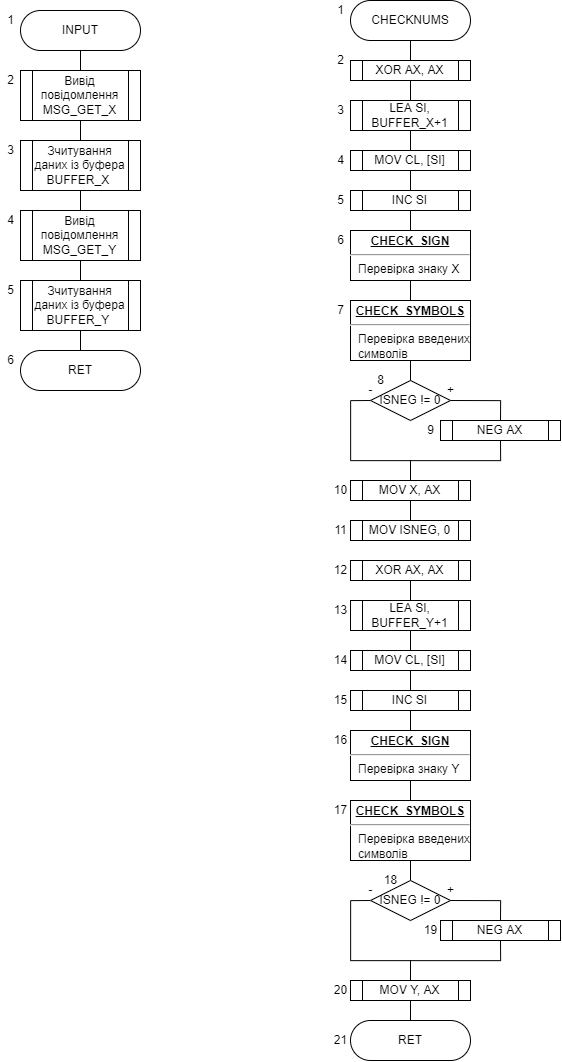
The draw.io diagram block_schemes/Lab3_Inpup_check_error.png in MilaHalko/Assembler-Labs, before a commit. Source tidied: cells renumbered, new cells last; positions are measured from the earlier drawing's top-left corner, leaving out a move shared by most shapes.
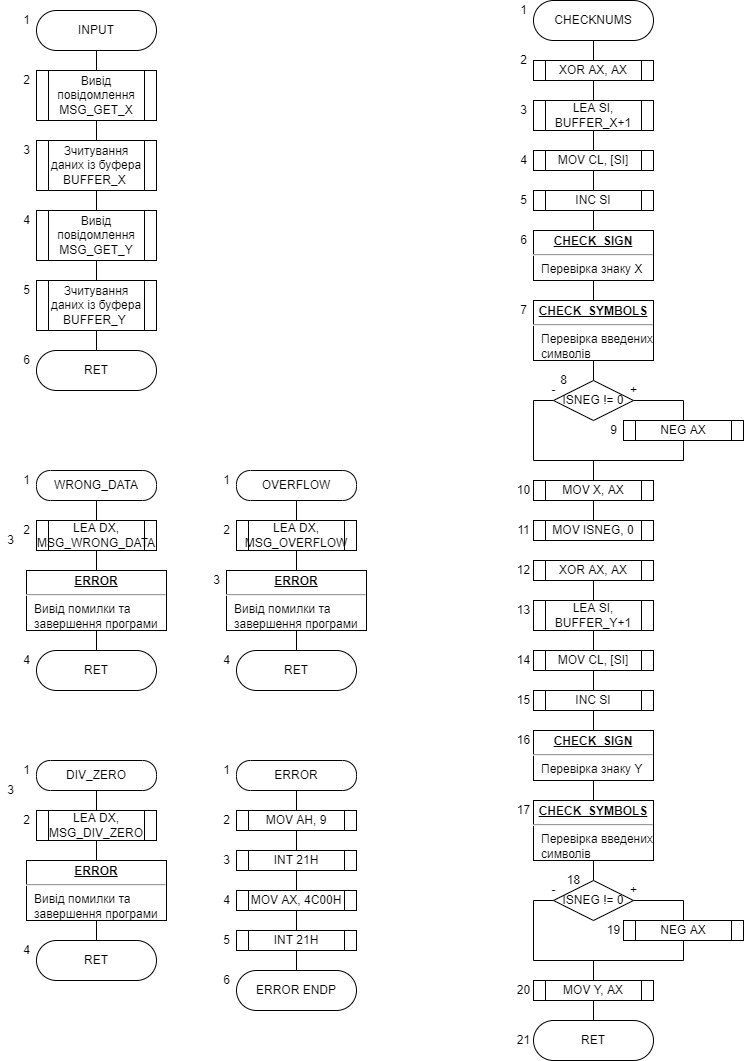
The same diagram one commit later.

Diff of the diagram source:
```diff
@@ -6,16 +6,16 @@
       <mxGeometry relative="1" as="geometry" />
     </mxCell>
     <mxCell id="3" value="INPUT" style="rounded=1;whiteSpace=wrap;html=1;arcSize=50;" parent="1" vertex="1">
-      <mxGeometry x="20" y="10" width="120" height="40" as="geometry" />
+      <mxGeometry x="-147" y="10" width="120" height="40" as="geometry" />
     </mxCell>
     <mxCell id="4" style="edgeStyle=orthogonalEdgeStyle;rounded=0;jettySize=auto;html=1;exitX=0.5;exitY=1;exitDx=0;exitDy=0;entryX=0.5;entryY=0;entryDx=0;entryDy=0;endArrow=none;endFill=0;" parent="1" edge="1" source="5" target="6">
       <mxGeometry relative="1" as="geometry" />
     </mxCell>
     <mxCell id="5" value="Вивід повідомлення MSG_GET_X" style="shape=process;whiteSpace=wrap;html=1;backgroundOutline=1;" parent="1" vertex="1">
-      <mxGeometry x="20" y="70" width="120" height="50" as="geometry" />
+      <mxGeometry x="-147" y="70" width="120" height="50" as="geometry" />
     </mxCell>
     <mxCell id="6" value="Зчитування даних із буфера BUFFER_X&amp;nbsp;" style="shape=process;whiteSpace=wrap;html=1;backgroundOutline=1;" parent="1" vertex="1">
-      <mxGeometry x="20" y="140" width="120" height="50" as="geometry" />
+      <mxGeometry x="-147" y="140" width="120" height="50" as="geometry" />
     </mxCell>
     <mxCell id="7" style="edgeStyle=orthogonalEdgeStyle;rounded=0;jettySize=auto;html=1;exitX=0.5;exitY=0;exitDx=0;exitDy=0;entryX=0.5;entryY=1;entryDx=0;entryDy=0;endArrow=none;endFill=0;" parent="1" edge="1" source="9" target="6">
       <mxGeometry relative="1" as="geometry" />
@@ -24,34 +24,34 @@
       <mxGeometry relative="1" as="geometry" />
     </mxCell>
     <mxCell id="9" value="Вивід повідомлення MSG_GET_Y" style="shape=process;whiteSpace=wrap;html=1;backgroundOutline=1;" parent="1" vertex="1">
-      <mxGeometry x="20" y="210" width="120" height="50" as="geometry" />
+      <mxGeometry x="-147" y="210" width="120" height="50" as="geometry" />
     </mxCell>
     <mxCell id="10" style="edgeStyle=orthogonalEdgeStyle;rounded=0;jettySize=auto;html=1;exitX=0.5;exitY=1;exitDx=0;exitDy=0;entryX=0.5;entryY=0;entryDx=0;entryDy=0;endArrow=none;endFill=0;" parent="1" edge="1" source="11" target="12">
       <mxGeometry relative="1" as="geometry" />
     </mxCell>
     <mxCell id="11" value="Зчитування даних із буфера BUFFER_Y&amp;nbsp;" style="shape=process;whiteSpace=wrap;html=1;backgroundOutline=1;" parent="1" vertex="1">
-      <mxGeometry x="20" y="280" width="120" height="50" as="geometry" />
+      <mxGeometry x="-147" y="280" width="120" height="50" as="geometry" />
     </mxCell>
     <mxCell id="12" value="RET" style="rounded=1;whiteSpace=wrap;html=1;arcSize=50;" parent="1" vertex="1">
-      <mxGeometry x="20" y="350" width="120" height="40" as="geometry" />
+      <mxGeometry x="-147" y="350" width="120" height="40" as="geometry" />
     </mxCell>
     <mxCell id="13" value="1" style="text;html=1;align=center;verticalAlign=middle;strokeColor=none;fillColor=none;" parent="1" vertex="1">
-      <mxGeometry y="10" width="20" height="20" as="geometry" />
+      <mxGeometry x="-167" y="10" width="20" height="20" as="geometry" />
     </mxCell>
     <mxCell id="14" value="2" style="text;html=1;align=center;verticalAlign=middle;strokeColor=none;fillColor=none;" parent="1" vertex="1">
-      <mxGeometry y="70" width="20" height="20" as="geometry" />
+      <mxGeometry x="-167" y="70" width="20" height="20" as="geometry" />
     </mxCell>
     <mxCell id="15" value="3" style="text;html=1;align=center;verticalAlign=middle;strokeColor=none;fillColor=none;" parent="1" vertex="1">
-      <mxGeometry y="140" width="20" height="20" as="geometry" />
+      <mxGeometry x="-167" y="140" width="20" height="20" as="geometry" />
     </mxCell>
     <mxCell id="16" value="4" style="text;html=1;align=center;verticalAlign=middle;strokeColor=none;fillColor=none;" parent="1" vertex="1">
-      <mxGeometry y="210" width="20" height="20" as="geometry" />
+      <mxGeometry x="-167" y="210" width="20" height="20" as="geometry" />
     </mxCell>
     <mxCell id="17" value="6" style="text;html=1;align=center;verticalAlign=middle;strokeColor=none;fillColor=none;" parent="1" vertex="1">
-      <mxGeometry y="350" width="20" height="20" as="geometry" />
+      <mxGeometry x="-167" y="350" width="20" height="20" as="geometry" />
     </mxCell>
     <mxCell id="18" value="5" style="text;html=1;align=center;verticalAlign=middle;strokeColor=none;fillColor=none;" parent="1" vertex="1">
-      <mxGeometry y="280" width="20" height="20" as="geometry" />
+      <mxGeometry x="-167" y="280" width="20" height="20" as="geometry" />
     </mxCell>
     <mxCell id="19" style="edgeStyle=orthogonalEdgeStyle;rounded=0;jettySize=auto;html=1;exitX=0.5;exitY=1;exitDx=0;exitDy=0;endArrow=none;endFill=0;" parent="1" edge="1" source="20">
       <mxGeometry relative="1" as="geometry">
@@ -256,5 +256,155 @@
     <mxCell id="83" value="21" style="text;html=1;align=center;verticalAlign=middle;strokeColor=none;fillColor=none;" parent="1" vertex="1">
       <mxGeometry x="325" y="1030" width="30" height="20" as="geometry" />
     </mxCell>
+    <mxCell id="84" style="edgeStyle=orthogonalEdgeStyle;rounded=0;jettySize=auto;html=1;exitX=0.5;exitY=1;exitDx=0;exitDy=0;entryX=0.5;entryY=0;entryDx=0;entryDy=0;endArrow=none;endFill=0;" parent="1" edge="1" source="85" target="87">
+      <mxGeometry relative="1" as="geometry" />
+    </mxCell>
+    <mxCell id="85" value="WRONG_DATA" style="rounded=1;whiteSpace=wrap;html=1;arcSize=46;" parent="1" vertex="1">
+      <mxGeometry x="-147" y="470" width="120" height="30" as="geometry" />
+    </mxCell>
+    <mxCell id="86" style="edgeStyle=orthogonalEdgeStyle;rounded=0;jettySize=auto;html=1;exitX=0.5;exitY=1;exitDx=0;exitDy=0;entryX=0.5;entryY=0;entryDx=0;entryDy=0;endArrow=none;endFill=0;" parent="1" edge="1" source="87" target="89">
+      <mxGeometry relative="1" as="geometry" />
+    </mxCell>
+    <mxCell id="87" value="LEA DX, MSG_WRONG_DATA" style="shape=process;whiteSpace=wrap;html=1;backgroundOutline=1;" parent="1" vertex="1">
+      <mxGeometry x="-147" y="520" width="120" height="30" as="geometry" />
+    </mxCell>
+    <mxCell id="88" style="edgeStyle=orthogonalEdgeStyle;rounded=0;jettySize=auto;html=1;exitX=0.5;exitY=1;exitDx=0;exitDy=0;entryX=0.5;entryY=0;entryDx=0;entryDy=0;endArrow=none;endFill=0;" parent="1" edge="1" source="89" target="90">
+      <mxGeometry relative="1" as="geometry" />
+    </mxCell>
+    <mxCell id="89" value="&lt;p style=&quot;margin: 0px ; margin-top: 4px ; text-align: center ; text-decoration: underline&quot;&gt;&lt;b&gt;ERROR&lt;/b&gt;&lt;/p&gt;&lt;hr&gt;&lt;p style=&quot;margin: 0px ; margin-left: 8px&quot;&gt;Вивід помилки та&amp;nbsp;&lt;/p&gt;&lt;p style=&quot;margin: 0px ; margin-left: 8px&quot;&gt;завершення програми&amp;nbsp;&lt;/p&gt;" style="verticalAlign=top;align=left;overflow=fill;fontSize=12;fontFamily=Helvetica;html=1;" parent="1" vertex="1">
+      <mxGeometry x="-157" y="570" width="140" height="60" as="geometry" />
+    </mxCell>
+    <mxCell id="90" value="RET" style="rounded=1;whiteSpace=wrap;html=1;arcSize=50;" parent="1" vertex="1">
+      <mxGeometry x="-147" y="650" width="120" height="40" as="geometry" />
+    </mxCell>
+    <mxCell id="91" style="edgeStyle=orthogonalEdgeStyle;rounded=0;jettySize=auto;html=1;exitX=0.5;exitY=1;exitDx=0;exitDy=0;entryX=0.5;entryY=0;entryDx=0;entryDy=0;endArrow=none;endFill=0;" parent="1" edge="1" source="92" target="94">
+      <mxGeometry relative="1" as="geometry" />
+    </mxCell>
+    <mxCell id="92" value="OVERFLOW" style="rounded=1;whiteSpace=wrap;html=1;arcSize=46;" parent="1" vertex="1">
+      <mxGeometry x="53" y="470" width="120" height="30" as="geometry" />
+    </mxCell>
+    <mxCell id="93" style="edgeStyle=orthogonalEdgeStyle;rounded=0;jettySize=auto;html=1;exitX=0.5;exitY=1;exitDx=0;exitDy=0;entryX=0.5;entryY=0;entryDx=0;entryDy=0;endArrow=none;endFill=0;" parent="1" edge="1" source="94" target="96">
+      <mxGeometry relative="1" as="geometry" />
+    </mxCell>
+    <mxCell id="94" value="LEA DX, MSG_OVERFLOW" style="shape=process;whiteSpace=wrap;html=1;backgroundOutline=1;" parent="1" vertex="1">
+      <mxGeometry x="53" y="520" width="120" height="30" as="geometry" />
+    </mxCell>
+    <mxCell id="95" style="edgeStyle=orthogonalEdgeStyle;rounded=0;jettySize=auto;html=1;exitX=0.5;exitY=1;exitDx=0;exitDy=0;entryX=0.5;entryY=0;entryDx=0;entryDy=0;endArrow=none;endFill=0;" parent="1" edge="1" source="96" target="97">
+      <mxGeometry relative="1" as="geometry" />
+    </mxCell>
+    <mxCell id="96" value="&lt;p style=&quot;margin: 0px ; margin-top: 4px ; text-align: center ; text-decoration: underline&quot;&gt;&lt;b&gt;ERROR&lt;/b&gt;&lt;/p&gt;&lt;hr&gt;&lt;p style=&quot;margin: 0px ; margin-left: 8px&quot;&gt;Вивід помилки та&amp;nbsp;&lt;/p&gt;&lt;p style=&quot;margin: 0px ; margin-left: 8px&quot;&gt;завершення програми&amp;nbsp;&lt;/p&gt;" style="verticalAlign=top;align=left;overflow=fill;fontSize=12;fontFamily=Helvetica;html=1;" parent="1" vertex="1">
+      <mxGeometry x="43" y="570" width="140" height="60" as="geometry" />
+    </mxCell>
+    <mxCell id="97" value="RET" style="rounded=1;whiteSpace=wrap;html=1;arcSize=50;" parent="1" vertex="1">
+      <mxGeometry x="53" y="650" width="120" height="40" as="geometry" />
+    </mxCell>
+    <mxCell id="98" style="edgeStyle=orthogonalEdgeStyle;rounded=0;jettySize=auto;html=1;exitX=0.5;exitY=1;exitDx=0;exitDy=0;entryX=0.5;entryY=0;entryDx=0;entryDy=0;endArrow=none;endFill=0;" parent="1" edge="1" source="99" target="101">
+      <mxGeometry relative="1" as="geometry" />
+    </mxCell>
+    <mxCell id="99" value="DIV_ZERO" style="rounded=1;whiteSpace=wrap;html=1;arcSize=46;" parent="1" vertex="1">
+      <mxGeometry x="-147" y="760" width="120" height="30" as="geometry" />
+    </mxCell>
+    <mxCell id="100" style="edgeStyle=orthogonalEdgeStyle;rounded=0;jettySize=auto;html=1;exitX=0.5;exitY=1;exitDx=0;exitDy=0;entryX=0.5;entryY=0;entryDx=0;entryDy=0;endArrow=none;endFill=0;" parent="1" edge="1" source="101" target="103">
+      <mxGeometry relative="1" as="geometry" />
+    </mxCell>
+    <mxCell id="101" value="LEA DX, MSG_DIV_ZERO" style="shape=process;whiteSpace=wrap;html=1;backgroundOutline=1;" parent="1" vertex="1">
+      <mxGeometry x="-147" y="810" width="120" height="30" as="geometry" />
+    </mxCell>
+    <mxCell id="102" style="edgeStyle=orthogonalEdgeStyle;rounded=0;jettySize=auto;html=1;exitX=0.5;exitY=1;exitDx=0;exitDy=0;entryX=0.5;entryY=0;entryDx=0;entryDy=0;endArrow=none;endFill=0;" parent="1" edge="1" source="103" target="104">
+      <mxGeometry relative="1" as="geometry" />
+    </mxCell>
+    <mxCell id="103" value="&lt;p style=&quot;margin: 0px ; margin-top: 4px ; text-align: center ; text-decoration: underline&quot;&gt;&lt;b&gt;ERROR&lt;/b&gt;&lt;/p&gt;&lt;hr&gt;&lt;p style=&quot;margin: 0px ; margin-left: 8px&quot;&gt;Вивід помилки та&amp;nbsp;&lt;/p&gt;&lt;p style=&quot;margin: 0px ; margin-left: 8px&quot;&gt;завершення програми&amp;nbsp;&lt;/p&gt;" style="verticalAlign=top;align=left;overflow=fill;fontSize=12;fontFamily=Helvetica;html=1;" parent="1" vertex="1">
+      <mxGeometry x="-157" y="860" width="140" height="60" as="geometry" />
+    </mxCell>
+    <mxCell id="104" value="RET" style="rounded=1;whiteSpace=wrap;html=1;arcSize=50;" parent="1" vertex="1">
+      <mxGeometry x="-147" y="940" width="120" height="40" as="geometry" />
+    </mxCell>
+    <mxCell id="105" value="1" style="text;html=1;align=center;verticalAlign=middle;strokeColor=none;fillColor=none;" parent="1" vertex="1">
+      <mxGeometry x="-167" y="470" width="20" height="20" as="geometry" />
+    </mxCell>
+    <mxCell id="106" value="2" style="text;html=1;align=center;verticalAlign=middle;strokeColor=none;fillColor=none;" parent="1" vertex="1">
+      <mxGeometry x="-167" y="520" width="20" height="20" as="geometry" />
+    </mxCell>
+    <mxCell id="107" value="3" style="text;html=1;align=center;verticalAlign=middle;strokeColor=none;fillColor=none;" parent="1" vertex="1">
+      <mxGeometry x="-183" y="530" width="20" height="20" as="geometry" />
+    </mxCell>
+    <mxCell id="108" value="4" style="text;html=1;align=center;verticalAlign=middle;strokeColor=none;fillColor=none;" parent="1" vertex="1">
+      <mxGeometry x="-167" y="650" width="20" height="20" as="geometry" />
+    </mxCell>
+    <mxCell id="109" value="1" style="text;html=1;align=center;verticalAlign=middle;strokeColor=none;fillColor=none;" parent="1" vertex="1">
+      <mxGeometry x="33" y="470" width="20" height="20" as="geometry" />
+    </mxCell>
+    <mxCell id="110" value="2" style="text;html=1;align=center;verticalAlign=middle;strokeColor=none;fillColor=none;" parent="1" vertex="1">
+      <mxGeometry x="33" y="520" width="20" height="20" as="geometry" />
+    </mxCell>
+    <mxCell id="111" value="3" style="text;html=1;align=center;verticalAlign=middle;strokeColor=none;fillColor=none;" parent="1" vertex="1">
+      <mxGeometry x="23" y="570" width="20" height="20" as="geometry" />
+    </mxCell>
+    <mxCell id="112" value="4" style="text;html=1;align=center;verticalAlign=middle;strokeColor=none;fillColor=none;" parent="1" vertex="1">
+      <mxGeometry x="33" y="650" width="20" height="20" as="geometry" />
+    </mxCell>
+    <mxCell id="113" value="1" style="text;html=1;align=center;verticalAlign=middle;strokeColor=none;fillColor=none;" parent="1" vertex="1">
+      <mxGeometry x="-167" y="760" width="20" height="20" as="geometry" />
+    </mxCell>
+    <mxCell id="114" value="2" style="text;html=1;align=center;verticalAlign=middle;strokeColor=none;fillColor=none;" parent="1" vertex="1">
+      <mxGeometry x="-167" y="810" width="20" height="20" as="geometry" />
+    </mxCell>
+    <mxCell id="115" value="3" style="text;html=1;align=center;verticalAlign=middle;strokeColor=none;fillColor=none;" parent="1" vertex="1">
+      <mxGeometry x="-183" y="780" width="20" height="20" as="geometry" />
+    </mxCell>
+    <mxCell id="116" value="4" style="text;html=1;align=center;verticalAlign=middle;strokeColor=none;fillColor=none;" parent="1" vertex="1">
+      <mxGeometry x="-167" y="940" width="20" height="20" as="geometry" />
+    </mxCell>
+    <mxCell id="117" style="edgeStyle=orthogonalEdgeStyle;rounded=0;jettySize=auto;html=1;exitX=0.5;exitY=1;exitDx=0;exitDy=0;entryX=0.5;entryY=0;entryDx=0;entryDy=0;endArrow=none;endFill=0;" parent="1" edge="1" source="118" target="120">
+      <mxGeometry relative="1" as="geometry" />
+    </mxCell>
+    <mxCell id="118" value="ERROR" style="rounded=1;whiteSpace=wrap;html=1;arcSize=46;" parent="1" vertex="1">
+      <mxGeometry x="53" y="760" width="120" height="30" as="geometry" />
+    </mxCell>
+    <mxCell id="119" style="edgeStyle=orthogonalEdgeStyle;rounded=0;jettySize=auto;html=1;exitX=0.5;exitY=1;exitDx=0;exitDy=0;entryX=0.5;entryY=0;entryDx=0;entryDy=0;endArrow=none;endFill=0;" parent="1" edge="1" source="120" target="122">
+      <mxGeometry relative="1" as="geometry" />
+    </mxCell>
+    <mxCell id="120" value="MOV AH, 9" style="shape=process;whiteSpace=wrap;html=1;backgroundOutline=1;" parent="1" vertex="1">
+      <mxGeometry x="53" y="810" width="120" height="20" as="geometry" />
+    </mxCell>
+    <mxCell id="121" style="edgeStyle=orthogonalEdgeStyle;rounded=0;jettySize=auto;html=1;exitX=0.5;exitY=1;exitDx=0;exitDy=0;entryX=0.5;entryY=0;entryDx=0;entryDy=0;endArrow=none;endFill=0;" parent="1" edge="1" source="122" target="124">
+      <mxGeometry relative="1" as="geometry" />
+    </mxCell>
+    <mxCell id="122" value="INT 21H" style="shape=process;whiteSpace=wrap;html=1;backgroundOutline=1;" parent="1" vertex="1">
+      <mxGeometry x="53" y="850" width="120" height="20" as="geometry" />
+    </mxCell>
+    <mxCell id="123" style="edgeStyle=orthogonalEdgeStyle;rounded=0;jettySize=auto;html=1;exitX=0.5;exitY=1;exitDx=0;exitDy=0;entryX=0.5;entryY=0;entryDx=0;entryDy=0;endArrow=none;endFill=0;" parent="1" edge="1" source="124" target="126">
+      <mxGeometry relative="1" as="geometry" />
+    </mxCell>
+    <mxCell id="124" value="MOV AX, 4C00H" style="shape=process;whiteSpace=wrap;html=1;backgroundOutline=1;" parent="1" vertex="1">
+      <mxGeometry x="53" y="890" width="120" height="20" as="geometry" />
+    </mxCell>
+    <mxCell id="125" style="edgeStyle=orthogonalEdgeStyle;rounded=0;jettySize=auto;html=1;exitX=0.5;exitY=1;exitDx=0;exitDy=0;entryX=0.5;entryY=0;entryDx=0;entryDy=0;endArrow=none;endFill=0;" parent="1" edge="1" source="126" target="127">
+      <mxGeometry relative="1" as="geometry" />
+    </mxCell>
+    <mxCell id="126" value="INT 21H" style="shape=process;whiteSpace=wrap;html=1;backgroundOutline=1;" parent="1" vertex="1">
+      <mxGeometry x="53" y="930" width="120" height="20" as="geometry" />
+    </mxCell>
+    <mxCell id="127" value="ERROR ENDP" style="rounded=1;whiteSpace=wrap;html=1;arcSize=50;" parent="1" vertex="1">
+      <mxGeometry x="53" y="970" width="120" height="40" as="geometry" />
+    </mxCell>
+    <mxCell id="128" value="1" style="text;html=1;align=center;verticalAlign=middle;strokeColor=none;fillColor=none;" parent="1" vertex="1">
+      <mxGeometry x="33" y="760" width="20" height="20" as="geometry" />
+    </mxCell>
+    <mxCell id="129" value="2" style="text;html=1;align=center;verticalAlign=middle;strokeColor=none;fillColor=none;" parent="1" vertex="1">
+      <mxGeometry x="33" y="810" width="20" height="20" as="geometry" />
+    </mxCell>
+    <mxCell id="130" value="3" style="text;html=1;align=center;verticalAlign=middle;strokeColor=none;fillColor=none;" parent="1" vertex="1">
+      <mxGeometry x="33" y="850" width="20" height="20" as="geometry" />
+    </mxCell>
+    <mxCell id="131" value="4" style="text;html=1;align=center;verticalAlign=middle;strokeColor=none;fillColor=none;" parent="1" vertex="1">
+      <mxGeometry x="33" y="890" width="20" height="20" as="geometry" />
+    </mxCell>
+    <mxCell id="132" value="5" style="text;html=1;align=center;verticalAlign=middle;strokeColor=none;fillColor=none;" parent="1" vertex="1">
+      <mxGeometry x="33" y="930" width="20" height="20" as="geometry" />
+    </mxCell>
+    <mxCell id="133" value="6" style="text;html=1;align=center;verticalAlign=middle;strokeColor=none;fillColor=none;" parent="1" vertex="1">
+      <mxGeometry x="33" y="970" width="20" height="20" as="geometry" />
+    </mxCell>
   </root>
 </mxGraphModel>
```
